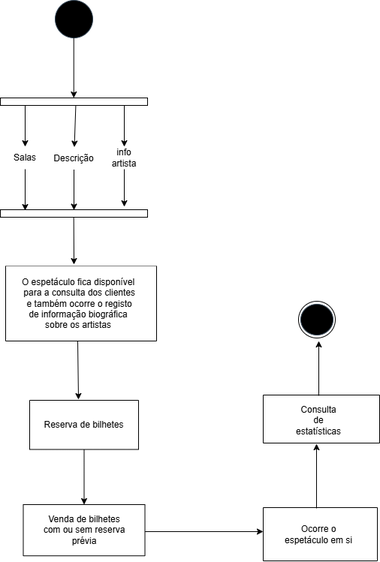
Above: UML_Estados.drawio.png in leorsd/ESOF_UML (draw.io), before the change. Source tidied: cells renumbered, new cells last; positions are measured from the earlier drawing's top-left corner, leaving out a move shared by most shapes.
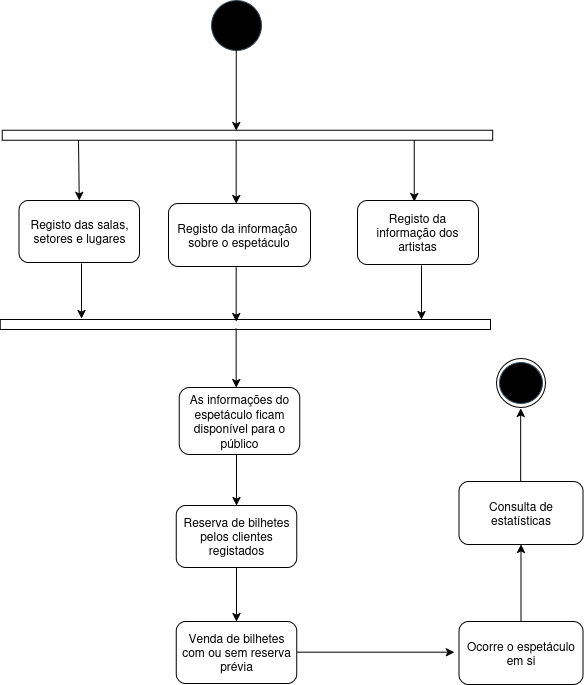
Later version of the same file.

Diff of the diagram source:
```diff
@@ -2,126 +2,114 @@
   <root>
     <mxCell id="0" />
     <mxCell id="1" parent="0" />
-    <mxCell id="2" style="ellipse;whiteSpace=wrap;html=1;fillColor=#000000;fontColor=#ffffff;strokeColor=#314354;" parent="1" vertex="1">
-      <mxGeometry x="70" width="50" height="50" as="geometry" />
+    <mxCell id="2" style="ellipse;whiteSpace=wrap;html=1;fillColor=#000000;fontColor=#ffffff;strokeColor=#314354;fontSize=12;" parent="1" vertex="1">
+      <mxGeometry x="100" y="1" width="50" height="50" as="geometry" />
     </mxCell>
     <mxCell id="3" style="endArrow=classic;html=1;rounded=0;exitX=1;exitY=0.5;exitDx=0;exitDy=0;" parent="1" edge="1">
       <mxGeometry relative="1" as="geometry">
-        <mxPoint x="94.8" y="50" as="sourcePoint" />
-        <mxPoint x="94.8" y="130" as="targetPoint" />
+        <mxPoint x="124.8" y="51" as="sourcePoint" />
+        <mxPoint x="124.8" y="131" as="targetPoint" />
       </mxGeometry>
     </mxCell>
-    <mxCell id="4" style="swimlane;startSize=0;swimlaneFillColor=default;" parent="1" vertex="1">
-      <mxGeometry x="4" y="354" width="201" height="100" as="geometry" />
-    </mxCell>
-    <mxCell id="5" value="&lt;span style=&quot;text-wrap-mode: nowrap;&quot;&gt;O espetáculo fica disponível&lt;/span&gt;&lt;div&gt;&lt;span style=&quot;text-wrap-mode: nowrap;&quot;&gt;&amp;nbsp;para a consulta dos clientes&lt;/span&gt;&lt;/div&gt;&lt;div&gt;&lt;span style=&quot;text-wrap-mode: nowrap;&quot;&gt;&amp;nbsp;e também ocorre o&amp;nbsp;&lt;/span&gt;&lt;span style=&quot;background-color: transparent; color: light-dark(rgb(0, 0, 0), rgb(255, 255, 255));&quot;&gt;registo de informação biográfica sobre os artistas&lt;/span&gt;&lt;/div&gt;&lt;div&gt;&lt;span style=&quot;background-color: transparent; color: light-dark(rgb(0, 0, 0), rgb(255, 255, 255));&quot;&gt;&lt;br&gt;&lt;/span&gt;&lt;/div&gt;&lt;div&gt;&lt;span style=&quot;background-color: transparent; color: light-dark(rgb(0, 0, 0), rgb(255, 255, 255));&quot;&gt;&lt;br&gt;&lt;/span&gt;&lt;/div&gt;&lt;div&gt;&lt;span style=&quot;background-color: transparent; color: light-dark(rgb(0, 0, 0), rgb(255, 255, 255));&quot;&gt;&lt;br&gt;&lt;/span&gt;&lt;/div&gt;&lt;div&gt;&lt;span style=&quot;background-color: transparent; color: light-dark(rgb(0, 0, 0), rgb(255, 255, 255));&quot;&gt;&lt;br&gt;&lt;/span&gt;&lt;/div&gt;" style="text;html=1;align=center;verticalAlign=middle;rounded=0;whiteSpace=wrap;fillColor=none;" parent="4" vertex="1">
-      <mxGeometry x="29" y="26" width="136" height="105" as="geometry" />
-    </mxCell>
     <mxCell id="6" style="ellipse;whiteSpace=wrap;html=1;rounded=0;align=center;verticalAlign=middle;fontFamily=Helvetica;fontSize=12;fontColor=default;fillColor=none;gradientColor=none;" parent="1" vertex="1">
-      <mxGeometry x="394" y="401" width="49" height="49" as="geometry" />
+      <mxGeometry x="385" y="359" width="49" height="49" as="geometry" />
     </mxCell>
     <mxCell id="7" style="ellipse;whiteSpace=wrap;html=1;fillColor=#000000;fontColor=#ffffff;strokeColor=#314354;" parent="1" vertex="1">
-      <mxGeometry x="397" y="405" width="43" height="41" as="geometry" />
+      <mxGeometry x="388" y="363" width="43" height="41" as="geometry" />
     </mxCell>
-    <mxCell id="8" style="swimlane;startSize=0;rounded=0;align=center;verticalAlign=middle;fontFamily=Helvetica;fontSize=12;fontColor=default;fillColor=none;gradientColor=none;" parent="1" vertex="1">
-      <mxGeometry x="36" y="533" width="145" height="65.5" as="geometry" />
-    </mxCell>
-    <mxCell id="9" value="Reserva de bilhetes" style="text;html=1;align=center;verticalAlign=middle;whiteSpace=wrap;rounded=0;fontFamily=Helvetica;fontSize=12;fontColor=default;" parent="8" vertex="1">
-      <mxGeometry x="12" y="7.8" width="121" height="50" as="geometry" />
-    </mxCell>
-    <mxCell id="10" style="endArrow=classic;html=1;rounded=0;fontFamily=Helvetica;fontSize=12;fontColor=default;exitX=0.5;exitY=1;exitDx=0;exitDy=0;" parent="1" edge="1">
-      <mxGeometry relative="1" as="geometry">
-        <mxPoint x="100" y="454" as="sourcePoint" />
-        <mxPoint x="101" y="532" as="targetPoint" />
-      </mxGeometry>
-    </mxCell>
     <mxCell id="11" style="html=1;points=[[0,0,0,0,5],[0,1,0,0,-5],[1,0,0,0,5],[1,1,0,0,-5]];perimeter=orthogonalPerimeter;outlineConnect=0;targetShapes=umlLifeline;portConstraint=eastwest;newEdgeStyle={&quot;curved&quot;:0,&quot;rounded&quot;:0};rounded=0;align=center;verticalAlign=middle;fontFamily=Helvetica;fontSize=12;fontColor=default;fillColor=none;gradientColor=none;rotation=90;" parent="1" vertex="1">
-      <mxGeometry x="90" y="37" width="10" height="196" as="geometry" />
+      <mxGeometry x="130.9" y="-109.5" width="10" height="490.4" as="geometry" />
     </mxCell>
-    <mxCell id="12" style="endArrow=classic;html=1;rounded=0;fontFamily=Helvetica;fontSize=12;fontColor=default;" parent="1" edge="1" source="15">
+    <mxCell id="12" style="endArrow=classic;html=1;rounded=0;fontFamily=Helvetica;fontSize=12;fontColor=default;" parent="1" edge="1">
       <mxGeometry relative="1" as="geometry">
-        <mxPoint x="30" y="280" as="targetPoint" />
+        <mxPoint x="-30" y="264" as="sourcePoint" />
+        <mxPoint x="-30" y="319" as="targetPoint" />
       </mxGeometry>
     </mxCell>
     <mxCell id="13" style="html=1;perimeter=orthogonalPerimeter;targetShapes=umlLifeline;newEdgeStyle={&quot;curved&quot;:0,&quot;rounded&quot;:0};rounded=0;align=center;verticalAlign=middle;fontFamily=Helvetica;fontSize=12;fontColor=default;fillColor=none;gradientColor=none;rotation=90;" parent="1" vertex="1">
-      <mxGeometry x="90" y="186" width="10" height="196" as="geometry" />
+      <mxGeometry x="128.9" y="79.9" width="10" height="490.2" as="geometry" />
     </mxCell>
-    <mxCell id="14" style="endArrow=classic;html=1;rounded=0;fontFamily=Helvetica;fontSize=12;fontColor=default;" parent="1" edge="1" target="15">
+    <mxCell id="14" style="endArrow=classic;html=1;rounded=0;fontFamily=Helvetica;fontSize=12;fontColor=default;entryX=0.5;entryY=0;entryDx=0;entryDy=0;" parent="1" edge="1" target="33">
       <mxGeometry relative="1" as="geometry">
-        <mxPoint x="30" y="140" as="sourcePoint" />
+        <mxPoint x="-33" y="140.5" as="sourcePoint" />
       </mxGeometry>
     </mxCell>
-    <mxCell id="15" value="Salas" style="text;html=1;align=center;verticalAlign=middle;whiteSpace=wrap;rounded=0;fontFamily=Helvetica;fontSize=12;fontColor=default;" parent="1" vertex="1">
-      <mxGeometry y="195" width="60" height="30" as="geometry" />
-    </mxCell>
-    <mxCell id="16" style="endArrow=classic;html=1;rounded=0;fontFamily=Helvetica;fontSize=12;fontColor=default;" parent="1" edge="1" source="18">
+    <mxCell id="16" style="endArrow=classic;html=1;rounded=0;fontFamily=Helvetica;fontSize=12;fontColor=default;" parent="1" edge="1">
       <mxGeometry relative="1" as="geometry">
-        <mxPoint x="95" y="279.5" as="targetPoint" />
+        <mxPoint x="124.7" y="268" as="sourcePoint" />
+        <mxPoint x="124.7" y="322" as="targetPoint" />
       </mxGeometry>
     </mxCell>
-    <mxCell id="17" style="endArrow=classic;html=1;rounded=0;fontFamily=Helvetica;fontSize=12;fontColor=default;" parent="1" edge="1" target="18">
+    <mxCell id="17" style="endArrow=classic;html=1;rounded=0;fontFamily=Helvetica;fontSize=12;fontColor=default;entryX=0.5;entryY=0;entryDx=0;entryDy=0;" parent="1" edge="1">
       <mxGeometry relative="1" as="geometry">
-        <mxPoint x="97.4" y="140.5" as="sourcePoint" />
+        <mxPoint x="124.7" y="140.8" as="sourcePoint" />
+        <mxPoint x="124.7" y="204" as="targetPoint" />
       </mxGeometry>
     </mxCell>
-    <mxCell id="18" value="Descrição" style="text;html=1;align=center;verticalAlign=middle;whiteSpace=wrap;rounded=0;fontFamily=Helvetica;fontSize=12;fontColor=default;" parent="1" vertex="1">
-      <mxGeometry x="65" y="195.5" width="60" height="30" as="geometry" />
-    </mxCell>
-    <mxCell id="19" style="endArrow=classic;html=1;rounded=0;fontFamily=Helvetica;fontSize=12;fontColor=default;" parent="1" edge="1" source="21">
-      <mxGeometry relative="1" as="geometry">
-        <mxPoint x="162" y="275" as="targetPoint" />
-      </mxGeometry>
-    </mxCell>
-    <mxCell id="20" style="endArrow=classic;html=1;rounded=0;fontFamily=Helvetica;fontSize=12;fontColor=default;entryX=0.5;entryY=0;entryDx=0;entryDy=0;" parent="1" edge="1" source="11" target="21">
+    <mxCell id="20" style="endArrow=classic;html=1;rounded=0;fontFamily=Helvetica;fontSize=12;fontColor=default;entryX=0.469;entryY=0.017;entryDx=0;entryDy=0;entryPerimeter=0;" parent="1" edge="1" source="11" target="35">
       <mxGeometry relative="1" as="geometry" />
     </mxCell>
-    <mxCell id="21" value="info&lt;div&gt;artista&lt;/div&gt;" style="text;html=1;align=center;verticalAlign=middle;whiteSpace=wrap;rounded=0;fontFamily=Helvetica;fontSize=12;fontColor=default;" parent="1" vertex="1">
-      <mxGeometry x="132" y="195" width="60" height="30" as="geometry" />
-    </mxCell>
-    <mxCell id="22" style="endArrow=classic;html=1;rounded=0;fontFamily=Helvetica;fontSize=12;fontColor=default;" parent="1" edge="1">
-      <mxGeometry relative="1" as="geometry">
-        <mxPoint x="94.7" y="289" as="sourcePoint" />
-        <mxPoint x="95" y="352" as="targetPoint" />
-      </mxGeometry>
-    </mxCell>
-    <mxCell id="23" style="swimlane;startSize=0;rounded=0;align=center;verticalAlign=middle;fontFamily=Helvetica;fontSize=12;fontColor=default;fillColor=none;gradientColor=none;" parent="1" vertex="1">
-      <mxGeometry x="27.5" y="672" width="162" height="68.2" as="geometry" />
-    </mxCell>
+    <mxCell id="26" style="endArrow=classic;html=1;rounded=0;fontFamily=Helvetica;fontSize=12;fontColor=default;" parent="1" edge="1">
+      <mxGeometry relative="1" as="geometry">
+        <mxPoint x="185.2" y="652.7" as="sourcePoint" />
+        <mxPoint x="342.8" y="652.7" as="targetPoint" />
+      </mxGeometry>
+    </mxCell>
+    <mxCell id="32" style="endArrow=classic;html=1;rounded=0;fontFamily=Helvetica;fontSize=12;fontColor=default;" parent="1" edge="1">
+      <mxGeometry relative="1" as="geometry">
+        <mxPoint x="409.2" y="482" as="sourcePoint" />
+        <mxPoint x="409.2" y="409" as="targetPoint" />
+      </mxGeometry>
+    </mxCell>
+    <mxCell id="33" value="Registo das salas, setores e lugares" style="rounded=1;whiteSpace=wrap;html=1;" parent="1" vertex="1">
+      <mxGeometry x="-92.5" y="201" width="120.5" height="62" as="geometry" />
+    </mxCell>
+    <mxCell id="34" value="&lt;div&gt;Registo da informação&amp;nbsp;&lt;/div&gt;&lt;div&gt;sobre o espetáculo &lt;/div&gt;" style="rounded=1;whiteSpace=wrap;html=1;" parent="1" vertex="1">
+      <mxGeometry x="57" y="204" width="142" height="63" as="geometry" />
+    </mxCell>
+    <mxCell id="35" value="Registo da informação dos artistas" style="rounded=1;whiteSpace=wrap;html=1;" parent="1" vertex="1">
+      <mxGeometry x="246" y="201" width="121" height="64" as="geometry" />
+    </mxCell>
+    <mxCell id="36" style="endArrow=classic;html=1;rounded=0;fontFamily=Helvetica;fontSize=12;fontColor=default;" parent="1" edge="1">
+      <mxGeometry relative="1" as="geometry">
+        <mxPoint x="310" y="266" as="sourcePoint" />
+        <mxPoint x="310" y="320" as="targetPoint" />
+      </mxGeometry>
+    </mxCell>
+    <mxCell id="37" style="edgeStyle=orthogonalEdgeStyle;rounded=0;jettySize=auto;html=1;" parent="1" edge="1" source="38" target="41">
+      <mxGeometry relative="1" as="geometry">
+        <Array as="points">
+          <mxPoint x="125" y="464" />
+          <mxPoint x="125" y="464" />
+        </Array>
+      </mxGeometry>
+    </mxCell>
+    <mxCell id="38" value="As informações do espetáculo ficam disponível para o público " style="rounded=1;whiteSpace=wrap;html=1;" parent="1" vertex="1">
+      <mxGeometry x="67.8" y="388" width="120.5" height="67" as="geometry" />
+    </mxCell>
+    <mxCell id="39" style="endArrow=classic;html=1;rounded=0;fontFamily=Helvetica;fontSize=12;fontColor=default;entryX=0.467;entryY=0.016;entryDx=0;entryDy=0;entryPerimeter=0;" parent="1" edge="1">
+      <mxGeometry relative="1" as="geometry">
+        <mxPoint x="124.7" y="329" as="sourcePoint" />
+        <mxPoint x="124.7" y="388" as="targetPoint" />
+      </mxGeometry>
+    </mxCell>
+    <mxCell id="40" style="edgeStyle=orthogonalEdgeStyle;rounded=0;jettySize=auto;html=1;" parent="1" edge="1" source="41" target="24">
+      <mxGeometry relative="1" as="geometry" />
+    </mxCell>
+    <mxCell id="41" value="Reserva de bilhetes pelos clientes registados" style="rounded=1;whiteSpace=wrap;html=1;" parent="1" vertex="1">
+      <mxGeometry x="64.8" y="506" width="120.5" height="62" as="geometry" />
+    </mxCell>
-    <mxCell id="24" value="Venda de bilhetes com ou sem reserva prévia" style="text;html=1;align=center;verticalAlign=middle;whiteSpace=wrap;rounded=0;fontFamily=Helvetica;fontSize=12;fontColor=default;" parent="23" vertex="1">
-      <mxGeometry x="20" y="18.6" width="122" height="31" as="geometry" />
+    <mxCell id="24" value="Venda de bilhetes com ou sem reserva prévia" style="rounded=1;whiteSpace=wrap;html=1;" parent="1" vertex="1">
+      <mxGeometry x="64.8" y="622" width="120.5" height="62" as="geometry" />
     </mxCell>
-    <mxCell id="25" style="endArrow=classic;html=1;rounded=0;fontFamily=Helvetica;fontSize=12;fontColor=default;exitX=0.5;exitY=1;exitDx=0;exitDy=0;entryX=0.5;entryY=0;entryDx=0;entryDy=0;" parent="1" edge="1" source="8" target="23">
-      <mxGeometry relative="1" as="geometry" />
-    </mxCell>
-    <mxCell id="26" style="endArrow=classic;html=1;rounded=0;fontFamily=Helvetica;fontSize=12;fontColor=default;" parent="1" edge="1">
-      <mxGeometry relative="1" as="geometry">
-        <mxPoint x="189.5" y="708" as="sourcePoint" />
-        <mxPoint x="347" y="708" as="targetPoint" />
-      </mxGeometry>
-    </mxCell>
-    <mxCell id="27" style="swimlane;startSize=0;rounded=0;align=center;verticalAlign=middle;fontFamily=Helvetica;fontSize=12;fontColor=default;fillColor=none;gradientColor=none;" parent="1" vertex="1">
-      <mxGeometry x="347" y="676" width="152" height="71" as="geometry" />
-    </mxCell>
+    <mxCell id="42" style="edgeStyle=orthogonalEdgeStyle;rounded=0;jettySize=auto;html=1;" parent="1" edge="1" source="28" target="31">
+      <mxGeometry relative="1" as="geometry" />
+    </mxCell>
-    <mxCell id="28" value="Ocorre o espetáculo em si" style="text;html=1;align=center;verticalAlign=middle;whiteSpace=wrap;rounded=0;fontFamily=Helvetica;fontSize=12;fontColor=default;" parent="27" vertex="1">
-      <mxGeometry x="26" y="8.5" width="96" height="54" as="geometry" />
+    <mxCell id="28" value="Ocorre o espetáculo em si" style="rounded=1;whiteSpace=wrap;html=1;" parent="1" vertex="1">
+      <mxGeometry x="347.5" y="622" width="124" height="63" as="geometry" />
     </mxCell>
-    <mxCell id="29" style="endArrow=classic;html=1;rounded=0;fontFamily=Helvetica;fontSize=12;fontColor=default;" parent="1" edge="1">
-      <mxGeometry relative="1" as="geometry">
-        <mxPoint x="418" y="677" as="sourcePoint" />
-        <mxPoint x="418" y="591" as="targetPoint" />
-      </mxGeometry>
-    </mxCell>
-    <mxCell id="30" style="swimlane;startSize=0;rounded=0;align=center;verticalAlign=middle;fontFamily=Helvetica;fontSize=12;fontColor=default;fillColor=none;gradientColor=none;" parent="1" vertex="1">
-      <mxGeometry x="347" y="526" width="155" height="64" as="geometry" />
-    </mxCell>
-    <mxCell id="31" value="Consulta de estatísticas" style="text;html=1;align=center;verticalAlign=middle;whiteSpace=wrap;rounded=0;fontFamily=Helvetica;fontSize=12;fontColor=default;" parent="30" vertex="1">
-      <mxGeometry x="44" y="19" width="60" height="30" as="geometry" />
+    <mxCell id="31" value="Consulta de estatísticas" style="rounded=1;whiteSpace=wrap;html=1;" parent="1" vertex="1">
+      <mxGeometry x="347.5" y="482" width="124" height="63" as="geometry" />
     </mxCell>
-    <mxCell id="32" style="endArrow=classic;html=1;rounded=0;fontFamily=Helvetica;fontSize=12;fontColor=default;" parent="1" edge="1">
-      <mxGeometry relative="1" as="geometry">
-        <mxPoint x="421" y="527" as="sourcePoint" />
-        <mxPoint x="421" y="454" as="targetPoint" />
-      </mxGeometry>
-    </mxCell>
   </root>
 </mxGraphModel>
```
